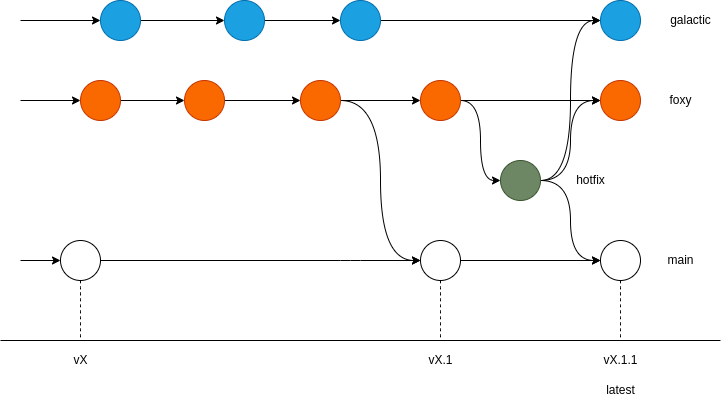
rnanosaur/rnanosaur.github.io keeps this draw.io diagram as assets/docs/project/workflow.drawio.png. Above is the earlier version. Source tidied: cells renumbered, new cells last; positions are measured from the earlier drawing's top-left corner, leaving out a move shared by most shapes.
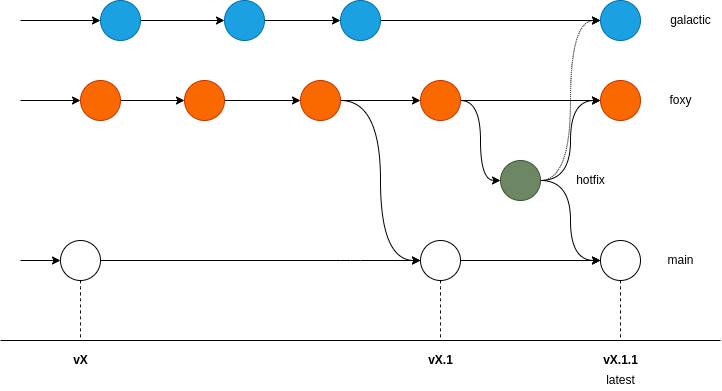
The same file after the commit.

Change to the diagram source:
```diff
@@ -73,13 +73,13 @@
     <mxCell id="18" style="ellipse;whiteSpace=wrap;html=1;fillColor=#fa6800;fontColor=#000000;strokeColor=#C73500;" parent="1" vertex="1">
       <mxGeometry x="300" y="80" width="40" height="40" as="geometry" />
     </mxCell>
-    <mxCell id="19" value="vX.1" style="text;html=1;align=center;verticalAlign=middle;strokeColor=none;fillColor=none;" parent="1" vertex="1">
+    <mxCell id="19" value="vX.1" style="text;html=1;align=center;verticalAlign=middle;strokeColor=none;fillColor=none;fontStyle=1;" parent="1" vertex="1">
       <mxGeometry x="420" y="350" width="40" height="20" as="geometry" />
     </mxCell>
     <mxCell id="20" value="latest" style="text;html=1;align=center;verticalAlign=middle;strokeColor=none;fillColor=none;" parent="1" vertex="1">
-      <mxGeometry x="600" y="380" width="40" height="20" as="geometry" />
+      <mxGeometry x="600" y="370" width="40" height="20" as="geometry" />
     </mxCell>
-    <mxCell id="21" value="vX" style="text;html=1;align=center;verticalAlign=middle;strokeColor=none;fillColor=none;" parent="1" vertex="1">
+    <mxCell id="21" value="vX" style="text;html=1;align=center;verticalAlign=middle;strokeColor=none;fillColor=none;fontStyle=1;" parent="1" vertex="1">
       <mxGeometry x="65" y="350" width="30" height="20" as="geometry" />
     </mxCell>
     <mxCell id="22" style="endArrow=classic;html=1;entryX=0;entryY=0.5;entryDx=0;entryDy=0;endFill=1;" parent="1" edge="1" target="24">
@@ -134,7 +134,7 @@
         <mxPoint x="620" y="340" as="targetPoint" />
       </mxGeometry>
     </mxCell>
-    <mxCell id="38" value="vX.1.1" style="text;html=1;align=center;verticalAlign=middle;strokeColor=none;fillColor=none;" parent="1" vertex="1">
+    <mxCell id="38" value="vX.1.1" style="text;html=1;align=center;verticalAlign=middle;strokeColor=none;fillColor=none;fontStyle=1;" parent="1" vertex="1">
       <mxGeometry x="595" y="350" width="50" height="20" as="geometry" />
     </mxCell>
     <mxCell id="39" style="edgeStyle=none;curved=1;html=1;exitX=1;exitY=0.5;exitDx=0;exitDy=0;entryX=0;entryY=0.5;entryDx=0;entryDy=0;" parent="1" edge="1" source="42" target="35">
@@ -153,7 +153,7 @@
         </Array>
       </mxGeometry>
     </mxCell>
-    <mxCell id="41" style="edgeStyle=none;curved=1;html=1;exitX=1;exitY=0.5;exitDx=0;exitDy=0;entryX=0;entryY=0.5;entryDx=0;entryDy=0;" parent="1" edge="1" source="42" target="36">
+    <mxCell id="41" style="edgeStyle=none;curved=1;html=1;exitX=1;exitY=0.5;exitDx=0;exitDy=0;entryX=0;entryY=0.5;entryDx=0;entryDy=0;dashed=1;dashPattern=1 1;" parent="1" edge="1" source="42" target="36">
       <mxGeometry relative="1" as="geometry">
         <Array as="points">
           <mxPoint x="570" y="180" />
```
